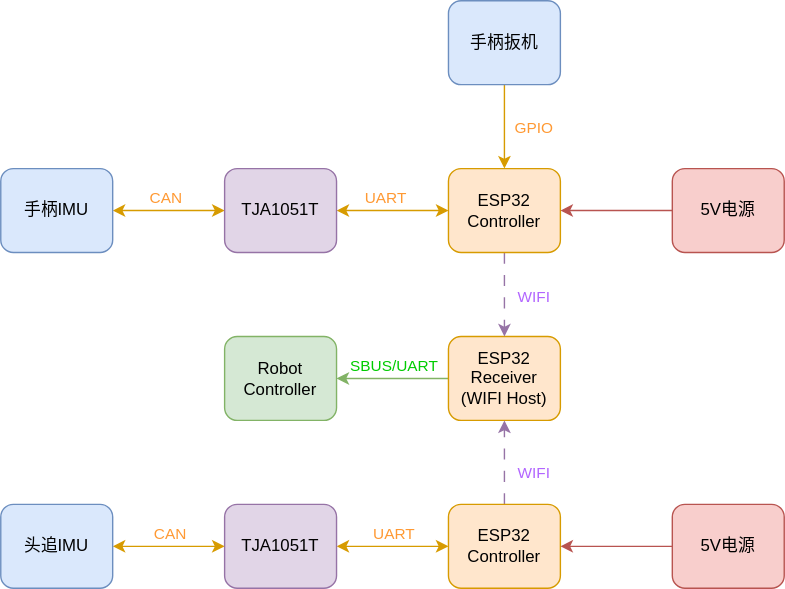
The draw.io diagram images/connect.svg in LJW0401/IMU_Controller, before a commit. Source tidied: cells renumbered, new cells last; positions are measured from the earlier drawing's top-left corner, leaving out a move shared by most shapes.
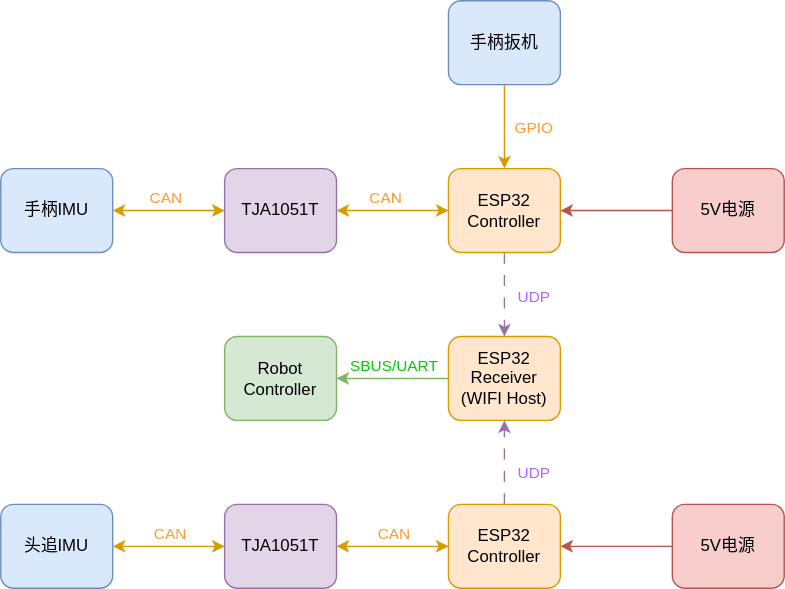
After the commit.

The edit, as a diff of the source:
```diff
@@ -16,7 +16,7 @@
     <mxCell id="5" style="edgeStyle=none;html=1;startArrow=classic;startFill=1;fillColor=#ffe6cc;strokeColor=#d79b00;" parent="1" edge="1" source="7" target="14">
       <mxGeometry relative="1" as="geometry" />
     </mxCell>
-    <mxCell id="6" value="UART" style="edgeLabel;html=1;align=center;verticalAlign=middle;fontColor=#FF9933;labelBackgroundColor=none;" parent="5" vertex="1">
+    <mxCell id="6" value="CAN" style="edgeLabel;html=1;align=center;verticalAlign=middle;fontColor=#FF9933;labelBackgroundColor=none;" parent="5" vertex="1">
       <mxGeometry x="-0.15" y="1" relative="1" as="geometry">
         <mxPoint y="-9" as="offset" />
       </mxGeometry>
@@ -41,7 +41,7 @@
     <mxCell id="12" style="edgeStyle=none;html=1;entryX=0.5;entryY=0;entryDx=0;entryDy=0;startArrow=none;startFill=0;dashed=1;dashPattern=8 8;fillColor=#e1d5e7;strokeColor=#9673a6;" parent="1" edge="1" source="14" target="10">
       <mxGeometry relative="1" as="geometry" />
     </mxCell>
-    <mxCell id="13" value="WIFI" style="edgeLabel;html=1;align=center;verticalAlign=middle;fontColor=#B266FF;labelBackgroundColor=none;" parent="12" vertex="1">
+    <mxCell id="13" value="UDP" style="edgeLabel;html=1;align=center;verticalAlign=middle;fontColor=#B266FF;labelBackgroundColor=none;" parent="12" vertex="1">
       <mxGeometry x="-0.12" y="-3" relative="1" as="geometry">
         <mxPoint x="23" y="5" as="offset" />
       </mxGeometry>
@@ -52,7 +52,7 @@
     <mxCell id="15" style="edgeStyle=none;html=1;entryX=0.5;entryY=1;entryDx=0;entryDy=0;dashed=1;dashPattern=8 8;fillColor=#e1d5e7;strokeColor=#9673a6;" parent="1" edge="1" source="17" target="10">
       <mxGeometry relative="1" as="geometry" />
     </mxCell>
-    <mxCell id="16" value="WIFI" style="edgeLabel;html=1;align=center;verticalAlign=middle;fontColor=#B266FF;labelBackgroundColor=none;" parent="15" vertex="1">
+    <mxCell id="16" value="UDP" style="edgeLabel;html=1;align=center;verticalAlign=middle;fontColor=#B266FF;labelBackgroundColor=none;" parent="15" vertex="1">
       <mxGeometry x="-0.24" y="-2" relative="1" as="geometry">
         <mxPoint x="18" as="offset" />
       </mxGeometry>
@@ -63,7 +63,7 @@
     <mxCell id="18" style="edgeStyle=none;html=1;entryX=0;entryY=0.5;entryDx=0;entryDy=0;startArrow=classic;startFill=1;fillColor=#ffe6cc;strokeColor=#d79b00;" parent="1" edge="1" source="20" target="17">
       <mxGeometry relative="1" as="geometry" />
     </mxCell>
-    <mxCell id="19" value="UART" style="edgeLabel;html=1;align=center;verticalAlign=middle;fontColor=#FF9933;labelBackgroundColor=none;" parent="18" vertex="1">
+    <mxCell id="19" value="CAN" style="edgeLabel;html=1;align=center;verticalAlign=middle;fontColor=#FF9933;labelBackgroundColor=none;" parent="18" vertex="1">
       <mxGeometry x="0.16" relative="1" as="geometry">
         <mxPoint x="-6" y="-10" as="offset" />
       </mxGeometry>
```
